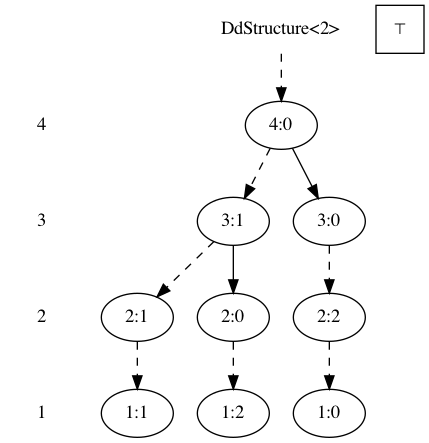
Before: test.png, a diagram exported from Graphviz (fujiyamaorange/frontier-tdzdd-task). Its source is kept beside it as test.dot.
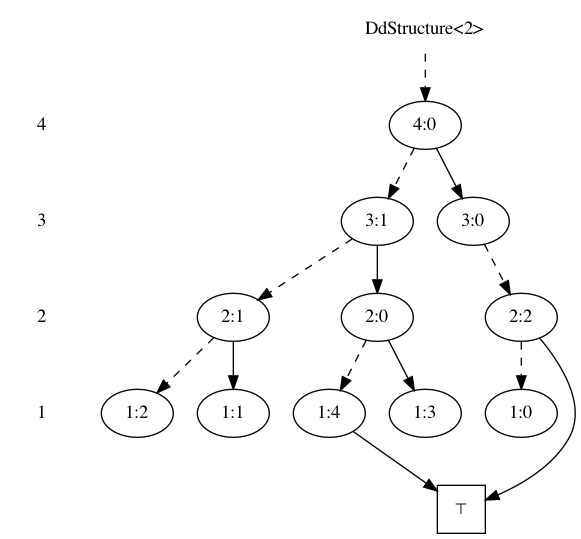
The same file after the commit.

What changed in the source:
```diff
@@ -21,13 +21,19 @@
   "2:2" [label="2:0"];
   "2:1" [label="2:1"];
   "2:0" [label="2:2"];
-  "2:0" -> "1:2" [style=dashed];
-  "2:1" -> "1:1" [style=dashed];
+  "2:0" -> "1:4" [style=dashed];
+  "2:0" -> "0:2" [style=solid];
+  "2:1" -> "1:2" [style=dashed];
+  "2:1" -> "1:3" [style=solid];
   "2:2" -> "1:0" [style=dashed];
+  "2:2" -> "1:1" [style=solid];
   {rank=same; 2; "2:0"; "2:1"; "2:2"}
-  "1:2" [label="1:0"];
-  "1:1" [label="1:1"];
-  "1:0" [label="1:2"];
-  {rank=same; 1; "1:0"; "1:1"; "1:2"}
-  "0:1" [shape=square,label="⊤"];
+  "1:4" [label="1:0"];
+  "1:3" [label="1:1"];
+  "1:2" [label="1:2"];
+  "1:1" [label="1:3"];
+  "1:0" [label="1:4"];
+  "1:0" -> "0:2" [style=solid];
+  {rank=same; 1; "1:0"; "1:1"; "1:2"; "1:3"; "1:4"}
+  "0:2" [shape=square,label="⊤"];
 }
```
